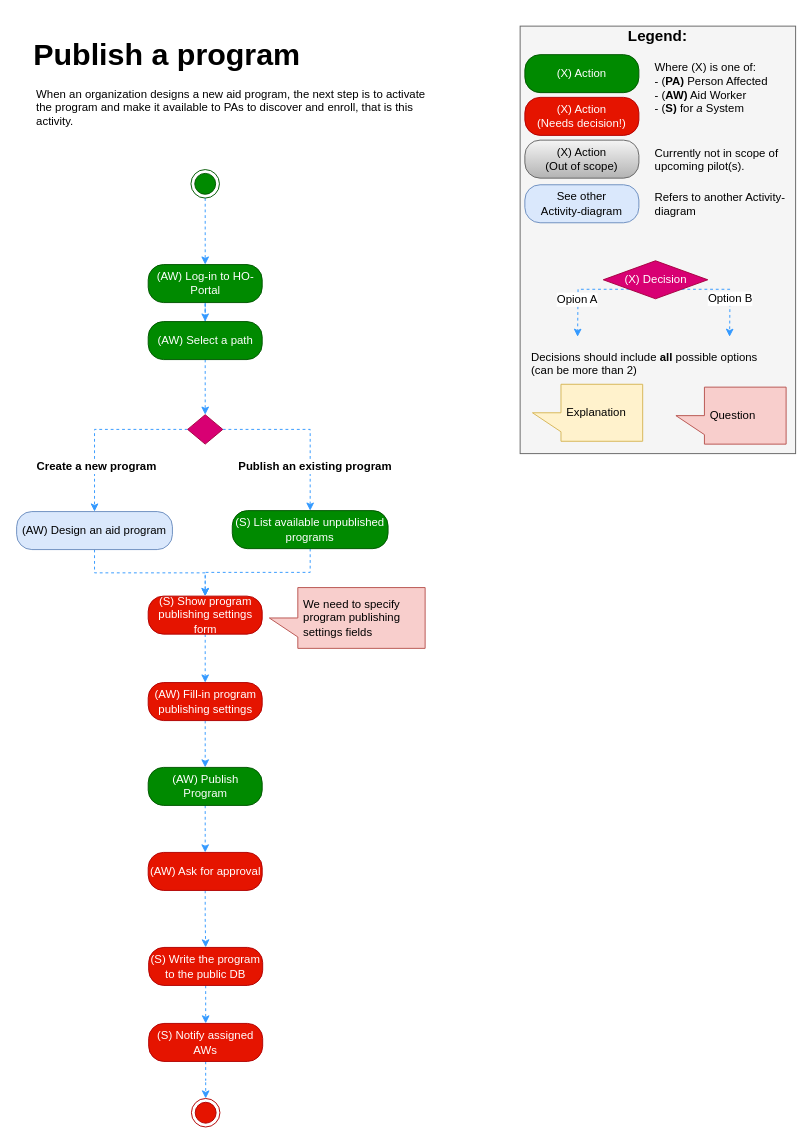
This is Activity Diagrams/Publish a program activity.drawio from nsward/diagrams, a draw.io file, before an edit. Source tidied: cells renumbered, new cells numbered last; positions are measured from the earlier drawing's top-left corner, leaving out a move shared by most shapes. Both pictures are drawn from the tidied source at 95%, with x=0, y=0 at pixel (16, 16).
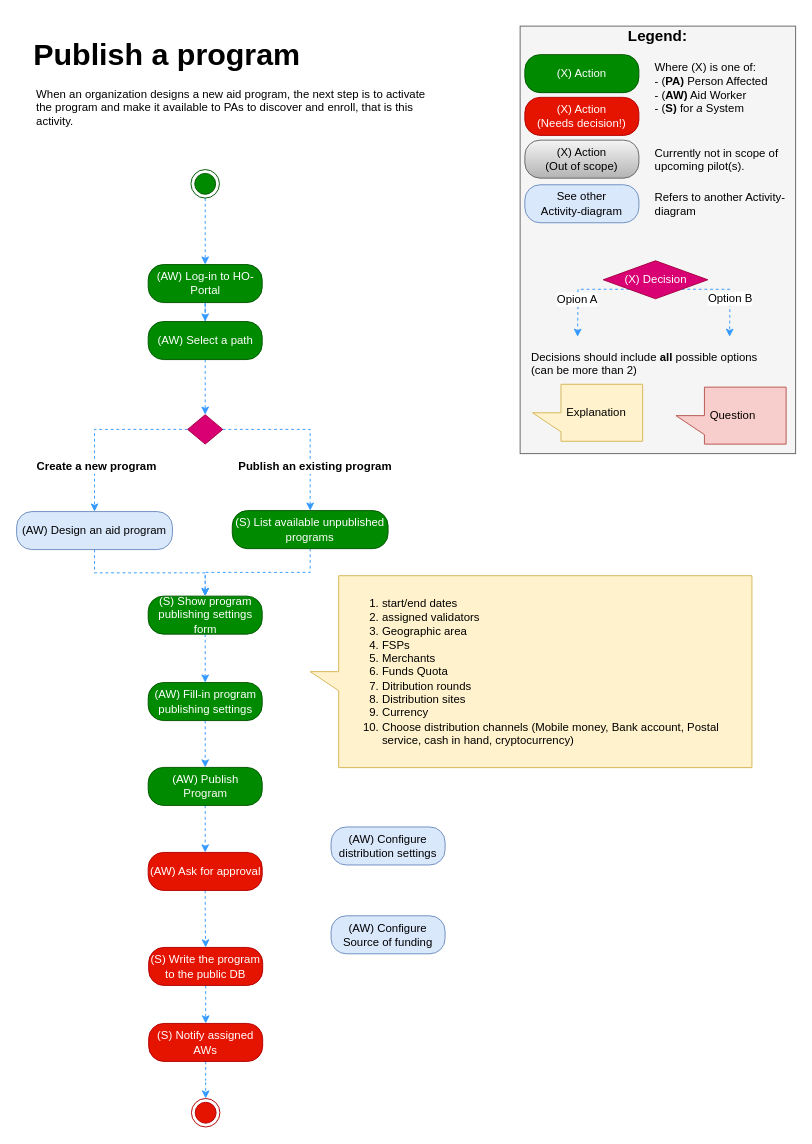
The same page after the edit.

Commit message:
Add publishing settings

Diff of the diagram source:
```diff
@@
-    <mxCell id="11" value="(S) Show program publishing settings form" style="rounded=1;whiteSpace=wrap;html=1;arcSize=40;fillColor=#e51400;strokeColor=#B20000;fontColor=#ffffff;" parent="1" vertex="1">
+    <mxCell id="11" value="(S) Show program publishing settings form" style="rounded=1;whiteSpace=wrap;html=1;arcSize=40;fillColor=#008a00;strokeColor=#005700;fontColor=#ffffff;" parent="1" vertex="1">
       <mxGeometry x="138.5" y="610" width="120" height="40" as="geometry" />
     </mxCell>
@@
-    <mxCell id="13" value="(AW) Fill-in program publishing settings" style="rounded=1;whiteSpace=wrap;html=1;arcSize=40;fillColor=#e51400;strokeColor=#B20000;fontColor=#ffffff;" parent="1" vertex="1">
+    <mxCell id="13" value="(AW) Fill-in program publishing settings" style="rounded=1;whiteSpace=wrap;html=1;arcSize=40;fillColor=#008a00;strokeColor=#005700;fontColor=#ffffff;" parent="1" vertex="1">
       <mxGeometry x="138.5" y="701" width="120" height="40" as="geometry" />
     </mxCell>
@@
-    <mxCell id="53" value="&lt;p&gt;We need to specify program publishing settings fields&lt;/p&gt;" style="shape=callout;whiteSpace=wrap;html=1;perimeter=calloutPerimeter;fillColor=#f8cecc;fontSize=12;align=left;strokeColor=#b85450;spacingLeft=4;direction=south;" parent="1" vertex="1">
-      <mxGeometry x="266" y="601" width="164" height="64" as="geometry" />
-    </mxCell>
@@
+    <mxCell id="55" value="(AW) Configure distribution settings&lt;br&gt;" style="rounded=1;whiteSpace=wrap;html=1;arcSize=40;fillColor=#dae8fc;strokeColor=#6c8ebf;fontColor=#000000;" parent="1" vertex="1">
+      <mxGeometry x="331" y="853" width="120" height="40" as="geometry" />
+    </mxCell>
+    <mxCell id="56" value="(AW) Configure Source of funding&lt;br&gt;" style="rounded=1;whiteSpace=wrap;html=1;arcSize=40;fillColor=#dae8fc;strokeColor=#6c8ebf;fontColor=#000000;" parent="1" vertex="1">
+      <mxGeometry x="331" y="946.5" width="120" height="40" as="geometry" />
+    </mxCell>
+    <mxCell id="57" value="&lt;p&gt;&lt;/p&gt;&lt;ol&gt;&lt;li&gt;start/end dates&lt;/li&gt;&lt;li&gt;assigned validators&lt;/li&gt;&lt;li&gt;Geographic area&lt;/li&gt;&lt;li&gt;FSPs&lt;/li&gt;&lt;li&gt;Merchants&lt;/li&gt;&lt;li&gt;Funds Quota&lt;/li&gt;&lt;li&gt;Ditribution rounds&lt;/li&gt;&lt;li&gt;Distribution sites&lt;/li&gt;&lt;li&gt;Currency&lt;/li&gt;&lt;li&gt;Choose distribution channels (Mobile money, Bank account, Postal service, cash in hand, cryptocurrency)&lt;/li&gt;&lt;/ol&gt;&lt;p&gt;&lt;/p&gt;" style="shape=callout;whiteSpace=wrap;html=1;perimeter=calloutPerimeter;fillColor=#fff2cc;fontSize=12;align=left;strokeColor=#d6b656;spacingLeft=4;direction=south;" parent="1" vertex="1">
+      <mxGeometry x="309" y="588.5" width="465" height="202" as="geometry" />
+    </mxCell>
```
